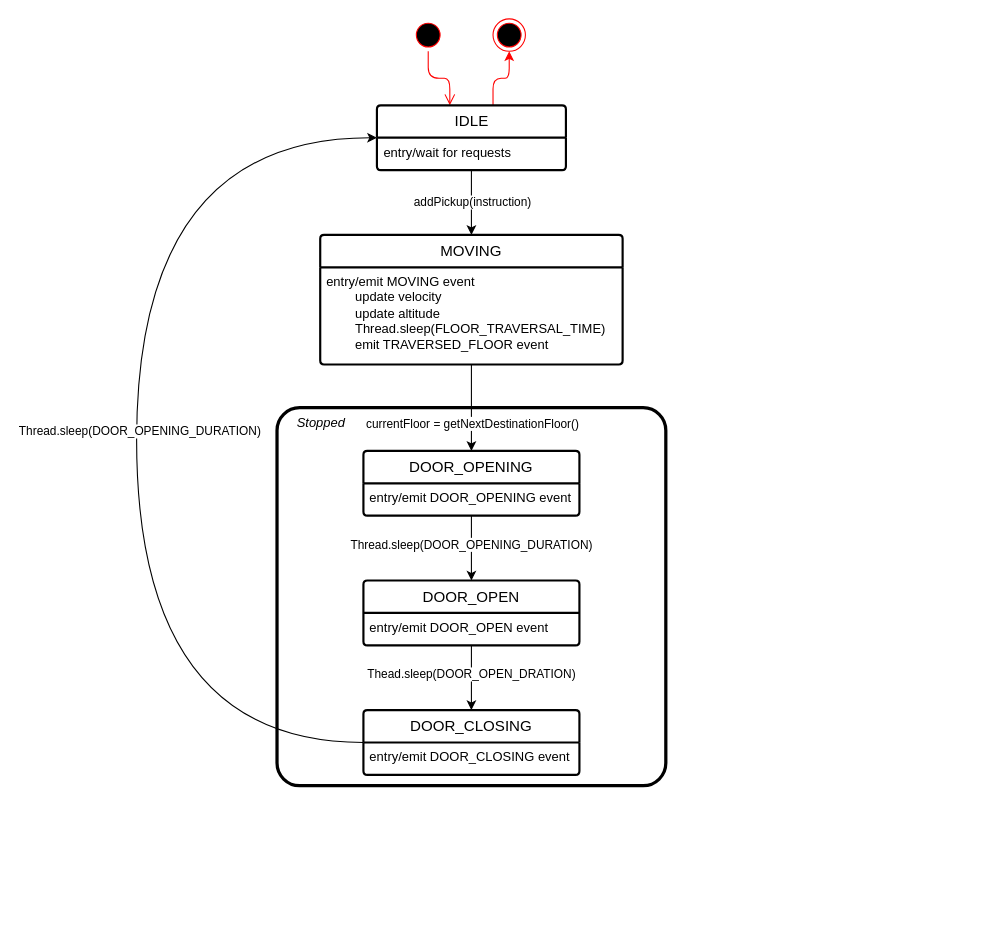
Earlier version of the draw.io diagram page "elevator" (1 of 3) of docs/state-diagram/state-diagram.drawio (Nicerice96/3303---Elevator). Source tidied: cells renumbered, new cells numbered last; positions are measured from the earlier drawing's top-left corner, leaving out a move shared by most shapes. Both pictures are drawn from the tidied source at 108%, with x=0, y=0 at pixel (136, 18).
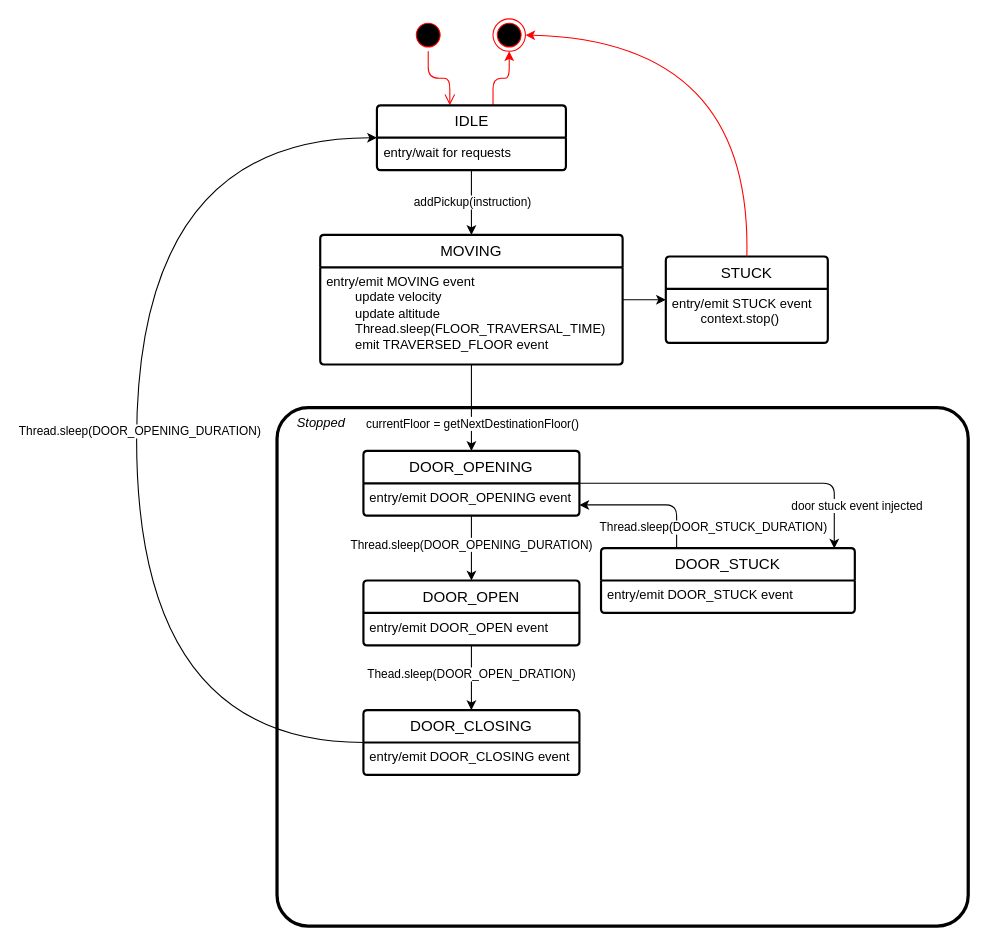
After the change.

Unchanged cells that the change refers to:
```xml
<mxCell id="6" style="ellipse;html=1;shape=endState;fillColor=#000000;strokeColor=#ff0000;" parent="1" vertex="1">
  <mxGeometry x="330" width="30" height="30" as="geometry" />
</mxCell>
<mxCell id="15" value="DOOR_OPENING" style="swimlane;horizontal=1;startSize=30;rounded=1;fontSize=14;fontStyle=0;strokeWidth=2;shadow=0;dashed=0;align=center;arcSize=4;whiteSpace=wrap;html=1;" parent="1" vertex="1">
  <mxGeometry x="210" y="400" width="200" height="60" as="geometry" />
</mxCell>
<mxCell id="23" value="MOVING" style="swimlane;horizontal=1;startSize=30;rounded=1;fontSize=14;fontStyle=0;strokeWidth=2;shadow=0;dashed=0;align=center;arcSize=4;whiteSpace=wrap;html=1;" parent="1" vertex="1">
  <mxGeometry x="170" y="200" width="280" height="120" as="geometry" />
</mxCell>
```

What changed in the source:
```diff
@@
     <mxCell id="2" value="&amp;nbsp; &amp;nbsp; &amp;nbsp;Stopped" style="rounded=1;whiteSpace=wrap;html=1;fillColor=none;verticalAlign=top;align=left;strokeWidth=3;arcSize=6;fontStyle=2;" parent="1" vertex="1">
-      <mxGeometry x="130" y="360" width="360" height="350" as="geometry" />
+      <mxGeometry x="130" y="360" width="640" height="480" as="geometry" />
     </mxCell>
@@
+    <mxCell id="27" style="rounded=1;jettySize=auto;html=1;entryX=0.919;entryY=0.007;entryDx=0;entryDy=0;entryPerimeter=0;edgeStyle=orthogonalEdgeStyle;curved=0;" parent="1" edge="1" source="15" target="35">
+      <mxGeometry relative="1" as="geometry" />
+    </mxCell>
+    <mxCell id="28" value="door stuck event injected" style="edgeLabel;html=1;align=center;verticalAlign=middle;" parent="27" vertex="1">
+      <mxGeometry x="-0.18" y="-6" relative="1" as="geometry">
+        <mxPoint x="134" y="14" as="offset" />
+      </mxGeometry>
+    </mxCell>
@@
+    <mxCell id="29" style="edgeStyle=orthogonalEdgeStyle;rounded=0;jettySize=auto;html=1;" parent="1" edge="1" source="23" target="30">
+      <mxGeometry relative="1" as="geometry" />
+    </mxCell>
@@
+    <mxCell id="30" value="STUCK" style="swimlane;horizontal=1;startSize=30;rounded=1;fontSize=14;fontStyle=0;strokeWidth=2;shadow=0;dashed=0;align=center;arcSize=4;whiteSpace=wrap;html=1;" parent="1" vertex="1">
+      <mxGeometry x="490" y="220" width="150" height="80" as="geometry" />
+    </mxCell>
+    <mxCell id="31" value="entry/emit STUCK event&lt;br&gt;&lt;span style=&quot;white-space: pre;&quot;&gt;&#9;&lt;/span&gt;context.stop()" style="align=left;strokeColor=none;fillColor=none;spacingLeft=4;fontSize=12;verticalAlign=top;html=1;" parent="30" vertex="1">
+      <mxGeometry y="30" width="150" height="50" as="geometry" />
+    </mxCell>
+    <mxCell id="32" style="rounded=0;jettySize=auto;html=1;fontColor=#ff0000;labelBorderColor=none;strokeColor=#FF0000;entryX=1;entryY=0.5;entryDx=0;entryDy=0;exitX=0.5;exitY=0;exitDx=0;exitDy=0;curved=1;" parent="1" edge="1" source="30" target="6">
+      <mxGeometry relative="1" as="geometry">
+        <Array as="points">
+          <mxPoint x="570" y="20" />
+        </Array>
+      </mxGeometry>
+    </mxCell>
+    <mxCell id="33" style="rounded=1;jettySize=auto;html=1;edgeStyle=orthogonalEdgeStyle;curved=0;" parent="1" edge="1" source="35" target="15">
+      <mxGeometry relative="1" as="geometry">
+        <Array as="points">
+          <mxPoint x="500" y="450" />
+        </Array>
+      </mxGeometry>
+    </mxCell>
+    <mxCell id="34" value="Thread.sleep(DOOR_STUCK_DURATION)" style="edgeLabel;html=1;align=center;verticalAlign=middle;" parent="33" vertex="1">
+      <mxGeometry x="0.03" y="6" relative="1" as="geometry">
+        <mxPoint x="60" y="14" as="offset" />
+      </mxGeometry>
+    </mxCell>
+    <mxCell id="35" value="DOOR_STUCK" style="swimlane;horizontal=1;startSize=30;rounded=1;fontSize=14;fontStyle=0;strokeWidth=2;shadow=0;dashed=0;align=center;arcSize=4;whiteSpace=wrap;html=1;" parent="1" vertex="1">
+      <mxGeometry x="430" y="490" width="235" height="60" as="geometry" />
+    </mxCell>
+    <mxCell id="36" value="entry/emit&amp;nbsp;DOOR_STUCK&amp;nbsp;event" style="align=left;strokeColor=none;fillColor=none;spacingLeft=4;fontSize=12;verticalAlign=top;html=1;" parent="35" vertex="1">
+      <mxGeometry y="30" width="235" height="30" as="geometry" />
+    </mxCell>
```
